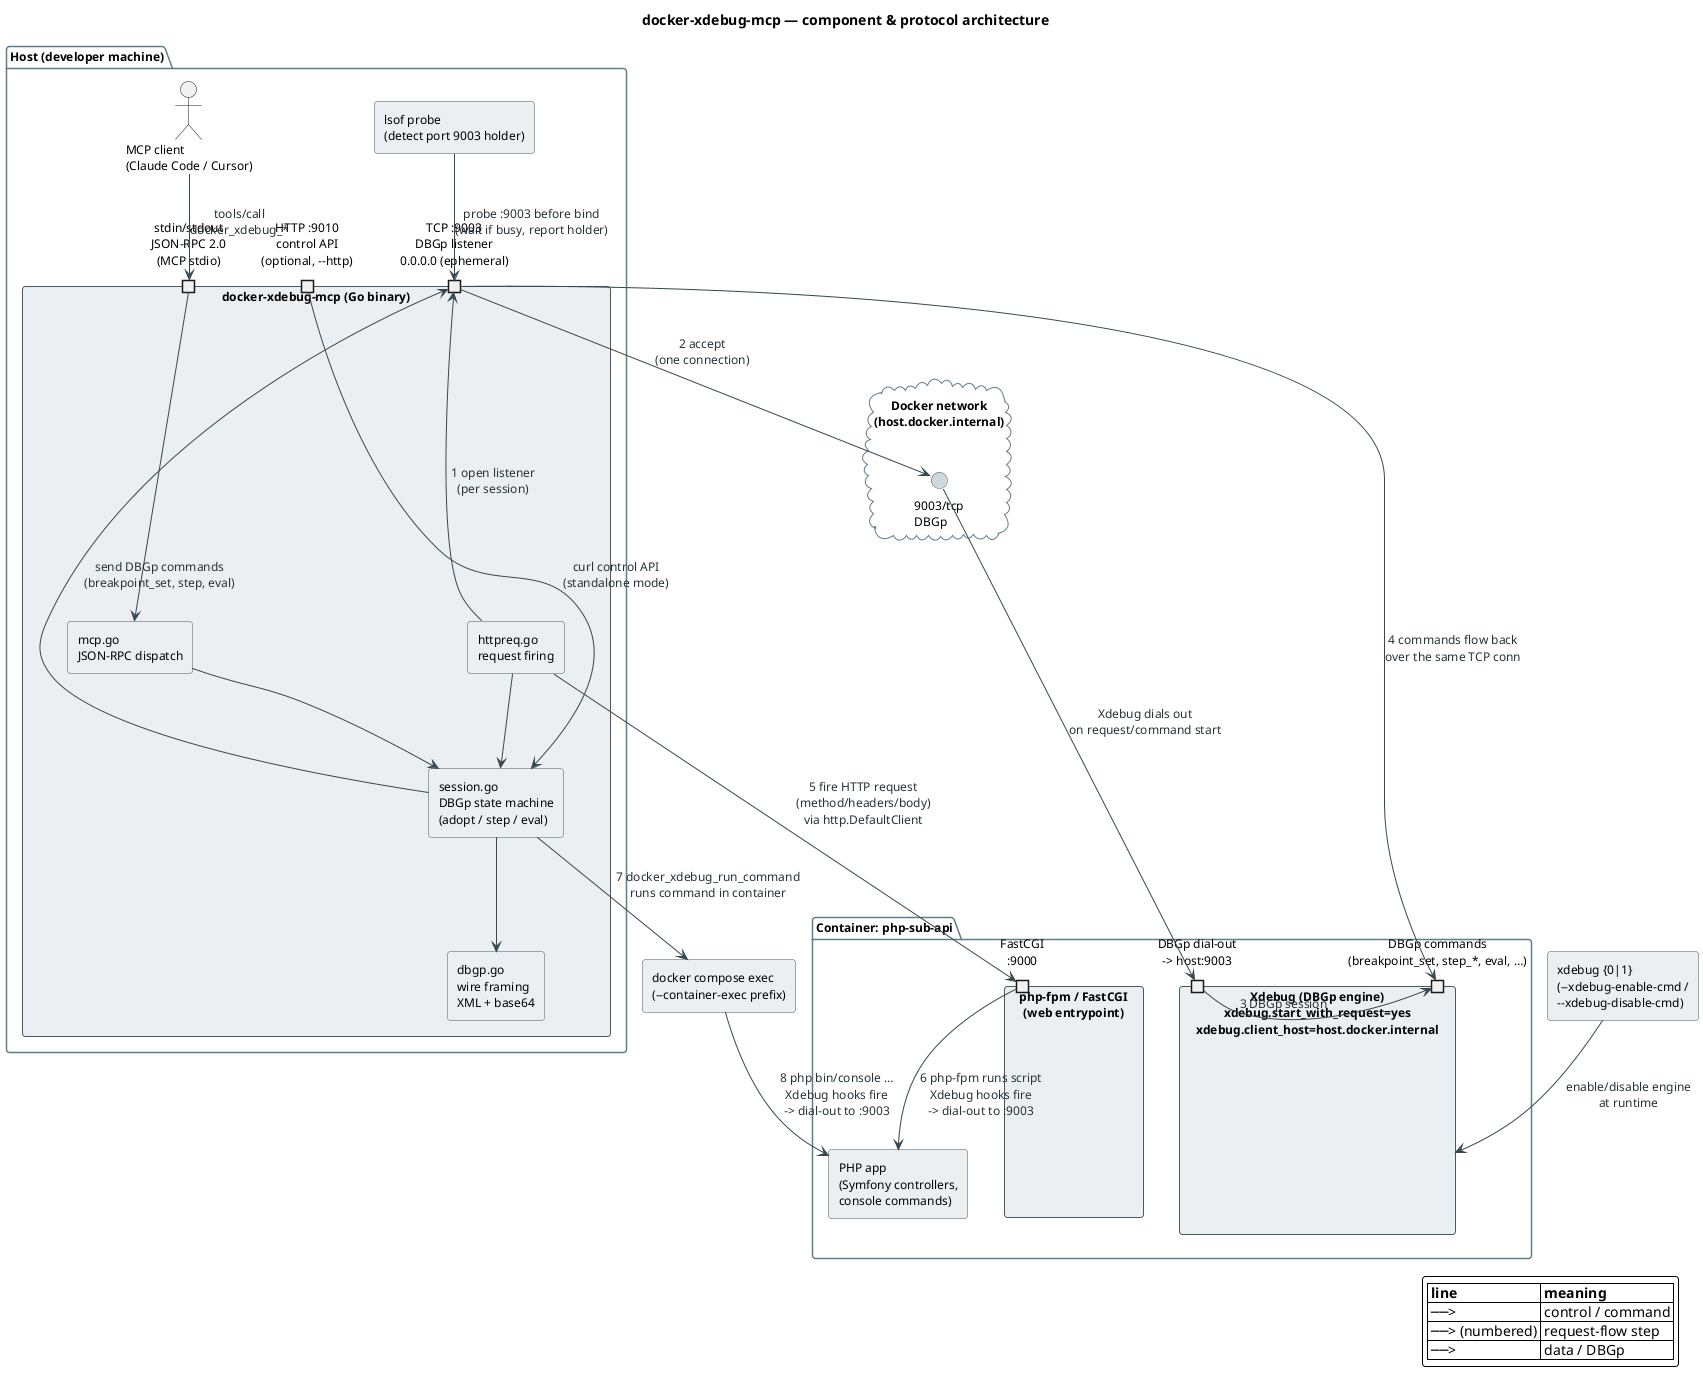
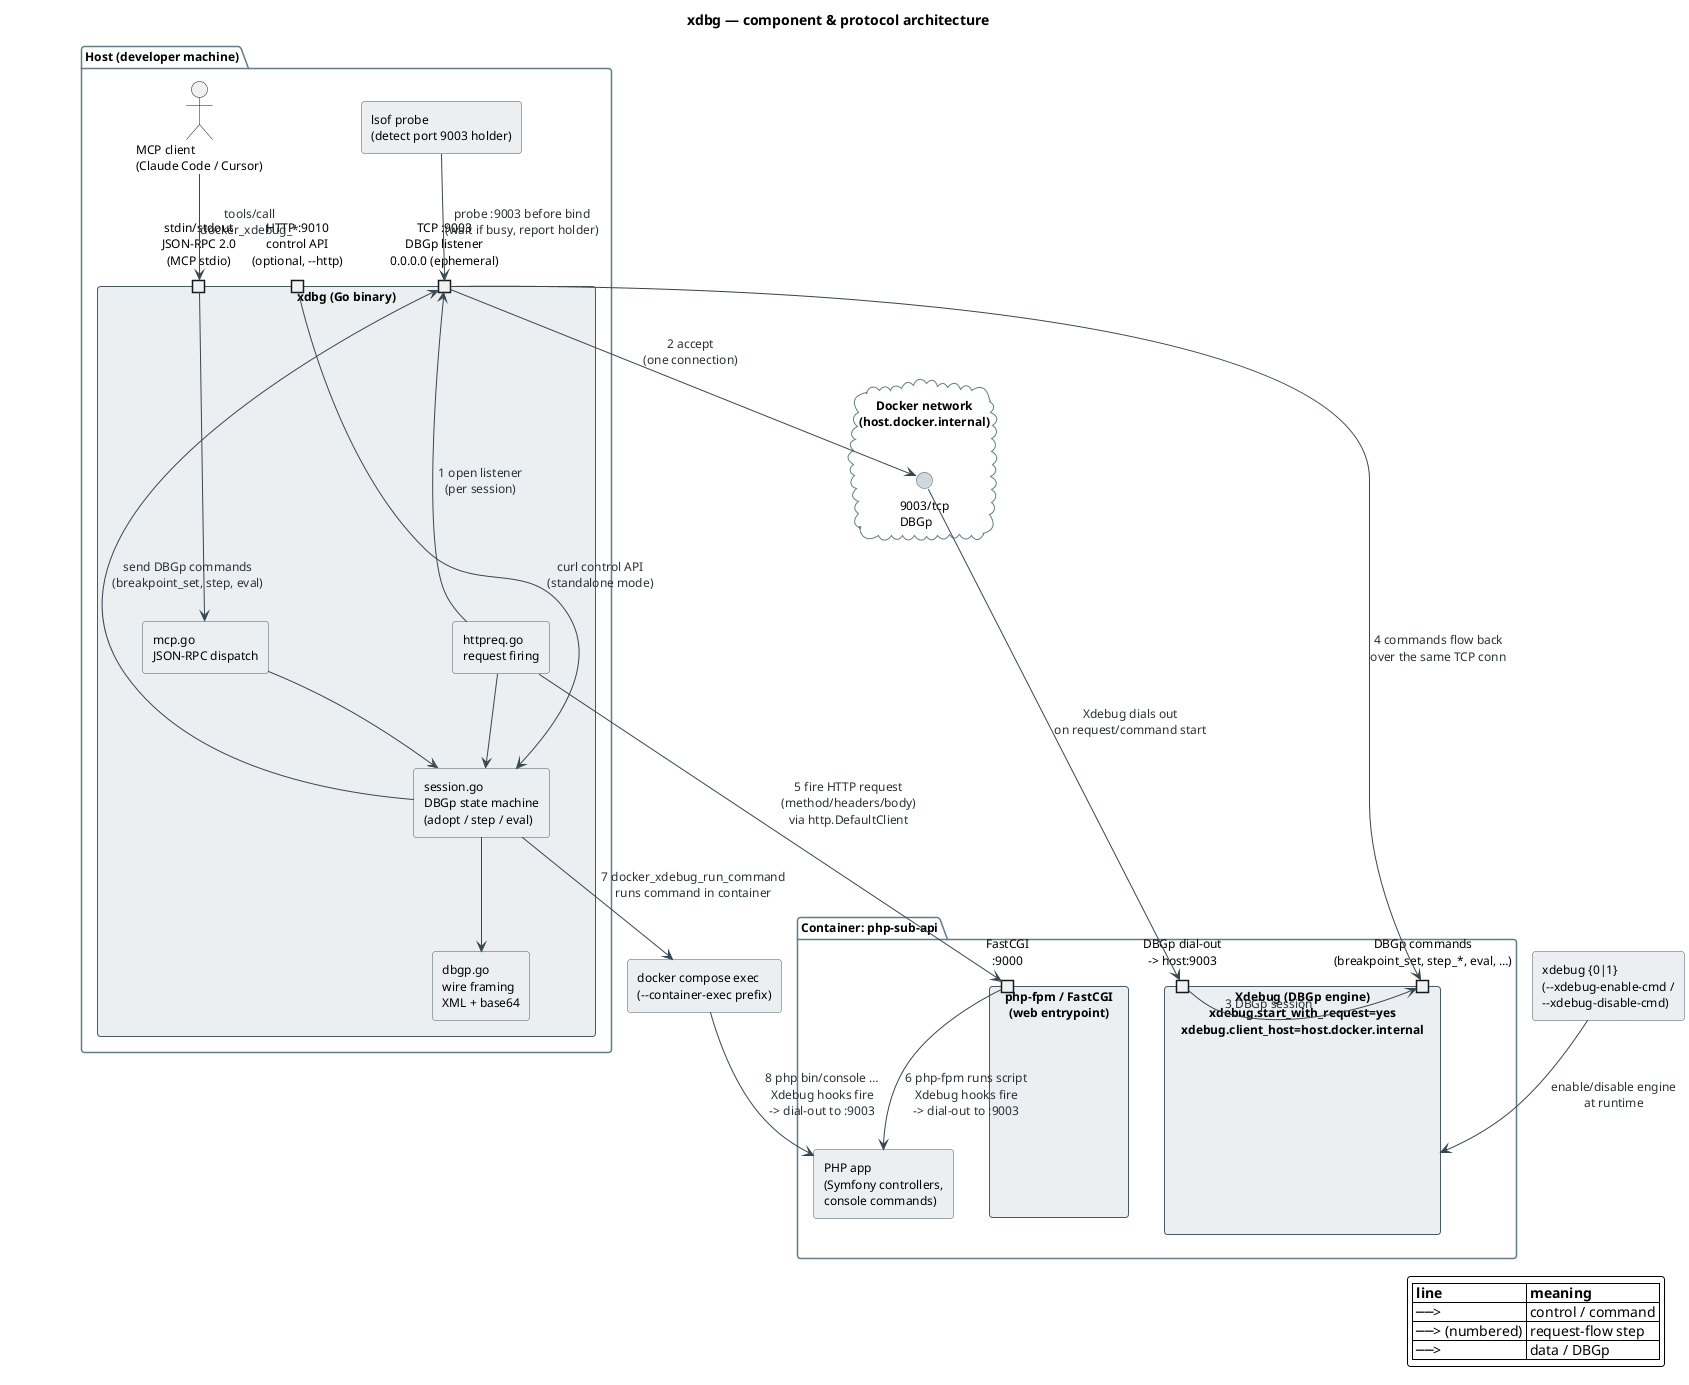
- @startuml docker-xdebug-mcp-architecture
+ @startuml xdbg-architecture

' ---- technical component diagram with ports, protocols, numbered flow ----

skinparam backgroundColor #FFFFFF
skinparam shadowing false
skinparam defaultFontName "Helvetica"
skinparam defaultFontSize 12
skinparam roundCorner 6
skinparam ArrowColor #37474F
skinparam ArrowFontColor #263238
skinparam package {
  BorderColor #607D8B
  FontStyle bold
}
skinparam rectangle {
  BackgroundColor #ECEFF1
  BorderColor #455A64
}
skinparam database {
  BackgroundColor #ECEFF1
  BorderColor #455A64
}
skinparam interface {
  BackgroundColor #CFD8DC
  BorderColor #455A64
}
skinparam port {
  BackgroundColor #CFD8DC
  BorderColor #455A64
}

- title docker-xdebug-mcp — component & protocol architecture
+ title xdbg — component & protocol architecture

' =================== HOST ===================
package "Host (developer machine)"  {
  actor "MCP client\n(Claude Code / Cursor)" as client

-   rectangle "docker-xdebug-mcp (Go binary)" as xdbg {
+   rectangle "xdbg (Go binary)" as xdbg {
    port "stdin/stdout\nJSON-RPC 2.0\n(MCP stdio)" as io_stdio
    port "TCP :9003\nDBGp listener\n0.0.0.0 (ephemeral)" as io_listen
    port "HTTP :9010\ncontrol API\n(optional, --http)" as io_http
    rectangle "mcp.go\nJSON-RPC dispatch" as m_mcp
    rectangle "session.go\nDBGp state machine\n(adopt / step / eval)" as m_sess
    rectangle "httpreq.go\nrequest firing" as m_req
    rectangle "dbgp.go\nwire framing\nXML + base64" as m_dbgp
    m_mcp --> m_sess
    m_req --> m_sess
    m_sess --> m_dbgp
  }

  rectangle "lsof probe\n(detect port 9003 holder)" as lsof
}

' =================== NETWORK BOUNDARY ===================
cloud "Docker network\n(host.docker.internal)" as net {
  interface "9003/tcp\nDBGp" as p9003
}

' =================== CONTAINER ===================
package "Container: php-sub-api"  {
  rectangle "php-fpm / FastCGI\n(web entrypoint)" as phpfpm {
    port "FastCGI\n:9000" as p_fpm
  }
  rectangle "Xdebug (DBGp engine)\nxdebug.start_with_request=yes\nxdebug.client_host=host.docker.internal" as xdebug {
    port "DBGp dial-out\n-> host:9003" as p_dial
    port "DBGp commands\n(breakpoint_set, step_*, eval, …)" as p_cmd
  }
  rectangle "PHP app\n(Symfony controllers,\nconsole commands)" as app
}

' =================== WIRING: control plane ===================
client --> io_stdio : "tools/call\ndocker_xdebug_*"
io_stdio --> m_mcp

' =================== WIRING: data plane (HTTP request flow) ===================
m_req --> io_listen : "1 open listener\n(per session)"
io_listen --> p9003 : "2 accept\n(one connection)"
p9003 --> p_dial : "Xdebug dials out\non request/command start"
p_dial --> p_cmd : "3 DBGp session"

' =================== WIRING: command flow into container ===================
m_sess --> io_listen : "send DBGp commands\n(breakpoint_set, step, eval)"
io_listen --> p_cmd : "4 commands flow back\nover the same TCP conn"

' =================== WIRING: the actual HTTP request being debugged ===================
m_req --> p_fpm : "5 fire HTTP request\n(method/headers/body)\nvia http.DefaultClient"
p_fpm --> app : "6 php-fpm runs script\nXdebug hooks fire\n-> dial-out to :9003"

' =================== WIRING: CLI command flow ===================
rectangle "docker compose exec\n(--container-exec prefix)" as exec
m_sess --> exec : "7 docker_xdebug_run_command\nruns command in container"
exec --> app : "8 php bin/console …\nXdebug hooks fire\n-> dial-out to :9003"

' =================== WIRING: side channels ===================
io_http --> m_sess : "curl control API\n(standalone mode)"
lsof --> io_listen : "probe :9003 before bind\n(wait if busy, report holder)"

' =================== WIRING: container Xdebug on/off ===================
rectangle "xdebug {0|1}\n(--xdebug-enable-cmd /\n--xdebug-disable-cmd)" as xonoff
xonoff --> xdebug : "enable/disable engine\nat runtime"

' =================== LEGEND ===================
legend right
  |= line |= meaning |
  | ──> | control / command |
  | ──> (numbered) | request-flow step |
  | ──> | data / DBGp |
endlegend

@enduml